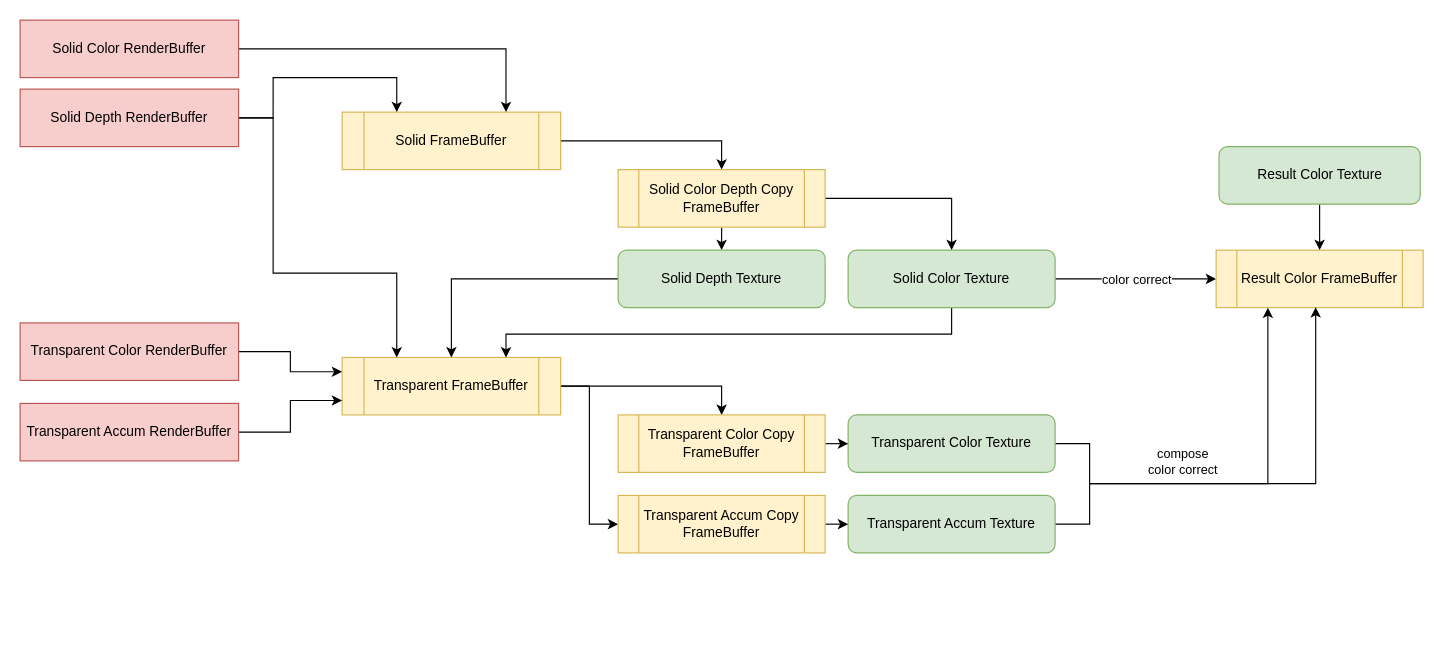
The draw.io diagram src/system/engine/renderer/renderer_3d/EditorRendererPipeline.drawio in xiaowangxu/looktothemoon, before the edit. Source tidied: cells renumbered, new cells numbered last; positions are measured from the earlier drawing's top-left corner, leaving out a move shared by most shapes. Both pictures are drawn from the tidied source at 115%, with x=0, y=0 at pixel (20, 20).
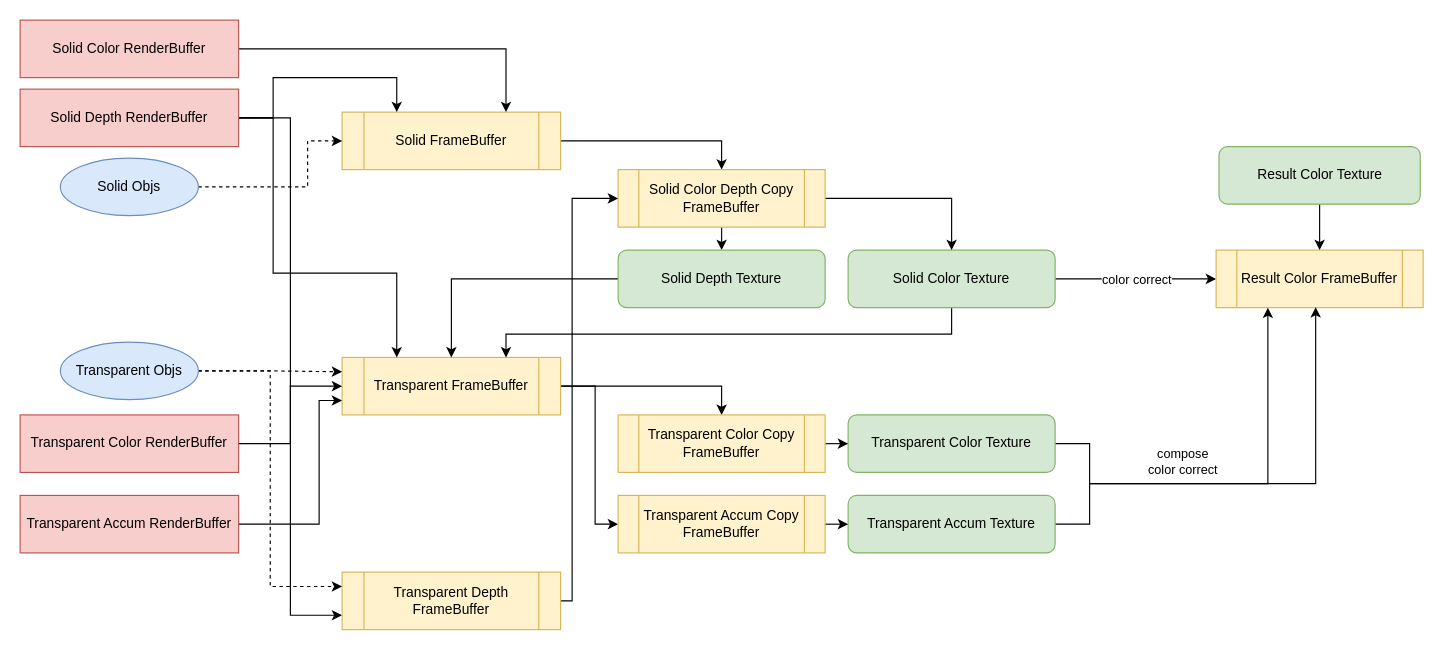
The same page after the edit.

The change refers to these unchanged cells:
```xml
<mxCell id="3" value="Solid FrameBuffer" style="shape=process;whiteSpace=wrap;html=1;backgroundOutline=1;fillColor=#fff2cc;strokeColor=#d6b656;" parent="1" vertex="1">
  <mxGeometry x="280" y="80" width="190" height="50" as="geometry" />
</mxCell>
<mxCell id="6" value="Transparent FrameBuffer" style="shape=process;whiteSpace=wrap;html=1;backgroundOutline=1;fillColor=#fff2cc;strokeColor=#d6b656;" parent="1" vertex="1">
  <mxGeometry x="280" y="293.3" width="190" height="50" as="geometry" />
</mxCell>
<mxCell id="11" value="Solid Depth RenderBuffer" style="rounded=0;whiteSpace=wrap;html=1;fillColor=#f8cecc;strokeColor=#b85450;" parent="1" vertex="1">
  <mxGeometry y="60" width="190" height="50" as="geometry" />
</mxCell>
<mxCell id="18" value="Solid Color Depth Copy FrameBuffer" style="shape=process;whiteSpace=wrap;html=1;backgroundOutline=1;fillColor=#fff2cc;strokeColor=#d6b656;" parent="1" vertex="1">
  <mxGeometry x="520" y="130" width="180" height="50" as="geometry" />
</mxCell>
<mxCell id="36" value="Transparent Accum Copy FrameBuffer" style="shape=process;whiteSpace=wrap;html=1;backgroundOutline=1;fillColor=#fff2cc;strokeColor=#d6b656;" parent="1" vertex="1">
  <mxGeometry x="520" y="413.3" width="180" height="50" as="geometry" />
</mxCell>
```

The edit, as a diff of the source:
```diff
@@
     <mxCell id="5" style="edgeStyle=orthogonalEdgeStyle;rounded=0;jumpSize=3;html=1;entryX=0;entryY=0.5;entryDx=0;entryDy=0;" parent="1" edge="1" source="6" target="36">
-      <mxGeometry relative="1" as="geometry" />
+      <mxGeometry relative="1" as="geometry">
+        <Array as="points">
+          <mxPoint x="500" y="318" />
+          <mxPoint x="500" y="438" />
+        </Array>
+      </mxGeometry>
     </mxCell>
@@
+    <mxCell id="37" style="edgeStyle=orthogonalEdgeStyle;rounded=0;html=1;entryX=0;entryY=0.75;entryDx=0;entryDy=0;" parent="1" edge="1" source="11" target="39">
+      <mxGeometry relative="1" as="geometry" />
+    </mxCell>
@@
-    <mxCell id="21" style="edgeStyle=orthogonalEdgeStyle;rounded=0;jumpSize=3;html=1;entryX=0;entryY=0.25;entryDx=0;entryDy=0;" parent="1" edge="1" source="22" target="6">
+    <mxCell id="21" style="edgeStyle=orthogonalEdgeStyle;rounded=0;jumpSize=3;html=1;entryX=0;entryY=0.5;entryDx=0;entryDy=0;" parent="1" edge="1" source="22" target="6">
       <mxGeometry relative="1" as="geometry" />
     </mxCell>
     <mxCell id="22" value="Transparent Color RenderBuffer" style="rounded=0;whiteSpace=wrap;html=1;fillColor=#f8cecc;strokeColor=#b85450;" parent="1" vertex="1">
-      <mxGeometry y="263.3" width="190" height="50" as="geometry" />
+      <mxGeometry y="343.3" width="190" height="50" as="geometry" />
     </mxCell>
     <mxCell id="23" style="edgeStyle=orthogonalEdgeStyle;rounded=0;jumpSize=3;html=1;entryX=0;entryY=0.75;entryDx=0;entryDy=0;" parent="1" edge="1" source="24" target="6">
-      <mxGeometry relative="1" as="geometry" />
+      <mxGeometry relative="1" as="geometry">
+        <Array as="points">
+          <mxPoint x="260" y="438" />
+          <mxPoint x="260" y="331" />
+        </Array>
+      </mxGeometry>
     </mxCell>
     <mxCell id="24" value="Transparent Accum&amp;nbsp;RenderBuffer" style="rounded=0;whiteSpace=wrap;html=1;fillColor=#f8cecc;strokeColor=#b85450;" parent="1" vertex="1">
-      <mxGeometry y="333.3" width="190" height="50" as="geometry" />
+      <mxGeometry y="413.3" width="190" height="50" as="geometry" />
     </mxCell>
@@
+    <mxCell id="38" style="edgeStyle=orthogonalEdgeStyle;rounded=0;html=1;entryX=0;entryY=0.5;entryDx=0;entryDy=0;" parent="1" edge="1" source="39" target="18">
+      <mxGeometry relative="1" as="geometry">
+        <Array as="points">
+          <mxPoint x="480" y="505" />
+          <mxPoint x="480" y="155" />
+        </Array>
+      </mxGeometry>
+    </mxCell>
+    <mxCell id="39" value="Transparent Depth FrameBuffer" style="shape=process;whiteSpace=wrap;html=1;backgroundOutline=1;fillColor=#fff2cc;strokeColor=#d6b656;" parent="1" vertex="1">
+      <mxGeometry x="280" y="480" width="190" height="50" as="geometry" />
+    </mxCell>
+    <mxCell id="40" style="edgeStyle=orthogonalEdgeStyle;html=1;entryX=0;entryY=0.5;entryDx=0;entryDy=0;rounded=0;dashed=1;" parent="1" edge="1" source="41" target="3">
+      <mxGeometry relative="1" as="geometry">
+        <Array as="points">
+          <mxPoint x="250" y="145" />
+          <mxPoint x="250" y="105" />
+        </Array>
+      </mxGeometry>
+    </mxCell>
+    <mxCell id="41" value="Solid Objs" style="ellipse;whiteSpace=wrap;html=1;fillColor=#dae8fc;strokeColor=#6c8ebf;" parent="1" vertex="1">
+      <mxGeometry x="35" y="120" width="120" height="50" as="geometry" />
+    </mxCell>
+    <mxCell id="42" style="edgeStyle=orthogonalEdgeStyle;rounded=0;html=1;entryX=0;entryY=0.25;entryDx=0;entryDy=0;dashed=1;" parent="1" edge="1" source="44" target="6">
+      <mxGeometry relative="1" as="geometry" />
+    </mxCell>
+    <mxCell id="43" style="edgeStyle=orthogonalEdgeStyle;rounded=0;html=1;entryX=0;entryY=0.25;entryDx=0;entryDy=0;dashed=1;" parent="1" edge="1" source="44" target="39">
+      <mxGeometry relative="1" as="geometry" />
+    </mxCell>
+    <mxCell id="44" value="Transparent Objs" style="ellipse;whiteSpace=wrap;html=1;fillColor=#dae8fc;strokeColor=#6c8ebf;" parent="1" vertex="1">
+      <mxGeometry x="35" y="280" width="120" height="50" as="geometry" />
+    </mxCell>
```
